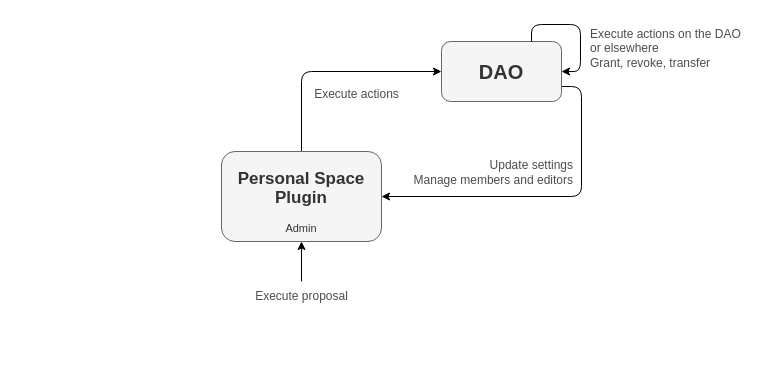
Above: page "Personal 2" (7 of 9) of img/Geo Diagrams.drawio in aragon/geo-browser-contracts (draw.io), before the change. Source tidied: cells renumbered, new cells numbered last; positions are measured from the earlier drawing's top-left corner, leaving out a move shared by most shapes. Both pictures are drawn from the tidied source at 100%, with x=0, y=0 at pixel (221, 20).
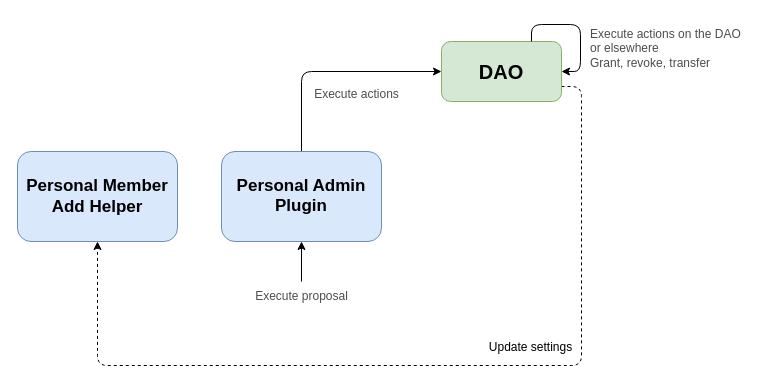
The same page after the edit.

Change to the diagram source:
```diff
@@
 <mxGraphModel background="#ffffff">
   <root>
     <mxCell id="0" />
     <mxCell id="1" parent="0" />
-    <mxCell id="2" style="edgeStyle=orthogonalEdgeStyle;rounded=1;jettySize=auto;html=1;exitX=1;exitY=0.75;exitDx=0;exitDy=0;entryX=1;entryY=0.5;entryDx=0;entryDy=0;curved=0;" parent="1" edge="1" source="3" target="5">
-      <mxGeometry relative="1" as="geometry" />
-    </mxCell>
+    <mxCell id="12" style="edgeStyle=orthogonalEdgeStyle;rounded=1;jettySize=auto;html=1;exitX=1;exitY=0.75;exitDx=0;exitDy=0;entryX=0.5;entryY=1;entryDx=0;entryDy=0;curved=0;dashed=1;" parent="1" edge="1" source="3" target="13">
+      <mxGeometry relative="1" as="geometry">
+        <Array as="points">
+          <mxPoint x="360" y="66" />
+          <mxPoint x="360" y="345" />
+          <mxPoint x="-124" y="345" />
+        </Array>
+      </mxGeometry>
+    </mxCell>
-    <mxCell id="3" value="&lt;font style=&quot;font-size: 20px;&quot;&gt;&lt;b&gt;DAO&lt;/b&gt;&lt;/font&gt;" style="rounded=1;whiteSpace=wrap;html=1;fillColor=#f5f5f5;fontColor=#333333;strokeColor=#666666;" parent="1" vertex="1">
+    <mxCell id="3" value="&lt;font style=&quot;font-size: 20px;&quot;&gt;&lt;b&gt;DAO&lt;/b&gt;&lt;/font&gt;" style="rounded=1;whiteSpace=wrap;html=1;fillColor=#d5e8d4;strokeColor=#82b366;" parent="1" vertex="1">
       <mxGeometry x="220" y="21" width="120" height="60" as="geometry" />
     </mxCell>
     <mxCell id="4" style="edgeStyle=orthogonalEdgeStyle;rounded=1;jettySize=auto;html=1;exitX=0.5;exitY=0;exitDx=0;exitDy=0;entryX=0;entryY=0.5;entryDx=0;entryDy=0;" parent="1" edge="1" source="5" target="3">
       <mxGeometry relative="1" as="geometry" />
     </mxCell>
-    <mxCell id="5" value="&lt;p style=&quot;line-height: 18.24px;&quot;&gt;&lt;b style=&quot;font-size: 17px;&quot;&gt;Personal Space&lt;/b&gt;&lt;br&gt;&lt;b style=&quot;font-size: 17px;&quot;&gt;Plugin&lt;/b&gt;&lt;/p&gt;&lt;div&gt;&lt;font style=&quot;font-size: 11px;&quot;&gt;Admin&lt;/font&gt;&lt;/div&gt;" style="rounded=1;whiteSpace=wrap;html=1;fillColor=#f5f5f5;fontColor=#333333;strokeColor=#666666;" parent="1" vertex="1">
+    <mxCell id="5" value="&lt;p style=&quot;line-height: 18.24px;&quot;&gt;&lt;b style=&quot;font-size: 17px;&quot;&gt;Personal Admin&lt;/b&gt;&lt;br&gt;&lt;b style=&quot;font-size: 17px;&quot;&gt;Plugin&lt;/b&gt;&lt;/p&gt;" style="rounded=1;whiteSpace=wrap;html=1;fillColor=#dae8fc;strokeColor=#6c8ebf;" parent="1" vertex="1">
       <mxGeometry y="131" width="160" height="90" as="geometry" />
     </mxCell>
     <mxCell id="6" style="edgeStyle=orthogonalEdgeStyle;rounded=1;jettySize=auto;html=1;entryX=0.5;entryY=1;entryDx=0;entryDy=0;" parent="1" edge="1" source="7" target="5">
       <mxGeometry relative="1" as="geometry" />
     </mxCell>
     <mxCell id="7" value="Execute proposal" style="text;html=1;align=center;verticalAlign=middle;points=[];strokeColor=none;fillColor=none;fontColor=#4d4d4d;" parent="1" vertex="1">
       <mxGeometry x="20" y="261" width="120" height="30" as="geometry" />
     </mxCell>
     <mxCell id="8" value="Execute actions" style="text;html=1;align=center;verticalAlign=middle;strokeColor=none;fillColor=none;fontColor=#4d4d4d;" parent="1" vertex="1">
       <mxGeometry x="80" y="59" width="110" height="30" as="geometry" />
     </mxCell>
     <mxCell id="9" value="Execute actions on the DAO&lt;div&gt;or elsewhere&lt;/div&gt;&lt;div&gt;Grant, revoke, transfer&lt;/div&gt;" style="text;html=1;align=left;verticalAlign=middle;strokeColor=none;fillColor=none;fontColor=#4d4d4d;" parent="1" vertex="1">
       <mxGeometry x="367" width="169" height="55" as="geometry" />
     </mxCell>
     <mxCell id="10" style="edgeStyle=orthogonalEdgeStyle;rounded=1;orthogonalLoop=1;jettySize=auto;html=1;exitX=0.75;exitY=0;exitDx=0;exitDy=0;entryX=1;entryY=0.5;entryDx=0;entryDy=0;curved=0;" parent="1" edge="1" source="3" target="3">
       <mxGeometry relative="1" as="geometry">
         <Array as="points">
           <mxPoint x="310" y="4" />
           <mxPoint x="359" y="4" />
           <mxPoint x="359" y="51" />
         </Array>
       </mxGeometry>
     </mxCell>
-    <mxCell id="11" value="Update settings&lt;div&gt;Manage members and editors&lt;/div&gt;" style="text;html=1;align=right;verticalAlign=middle;strokeColor=none;fillColor=none;fontColor=#4d4d4d;" parent="1" vertex="1">
-      <mxGeometry x="176" y="131" width="177" height="41" as="geometry" />
-    </mxCell>
+    <mxCell id="13" value="&lt;font size=&quot;1&quot;&gt;&lt;b style=&quot;font-size: 17px;&quot;&gt;Personal Member Add Helper&lt;/b&gt;&lt;/font&gt;&lt;font size=&quot;1&quot; style=&quot;&quot;&gt;&lt;b style=&quot;font-size: 17px;&quot;&gt;&lt;br&gt;&lt;/b&gt;&lt;/font&gt;" style="rounded=1;whiteSpace=wrap;html=1;fillColor=#dae8fc;strokeColor=#6c8ebf;" parent="1" vertex="1">
+      <mxGeometry x="-204" y="131" width="160" height="90" as="geometry" />
+    </mxCell>
+    <mxCell id="14" value="Update settings" style="text;html=1;align=center;verticalAlign=middle;strokeColor=none;fillColor=none;" parent="1" vertex="1">
+      <mxGeometry x="258" y="314" width="101" height="26" as="geometry" />
+    </mxCell>
   </root>
 </mxGraphModel>
```
